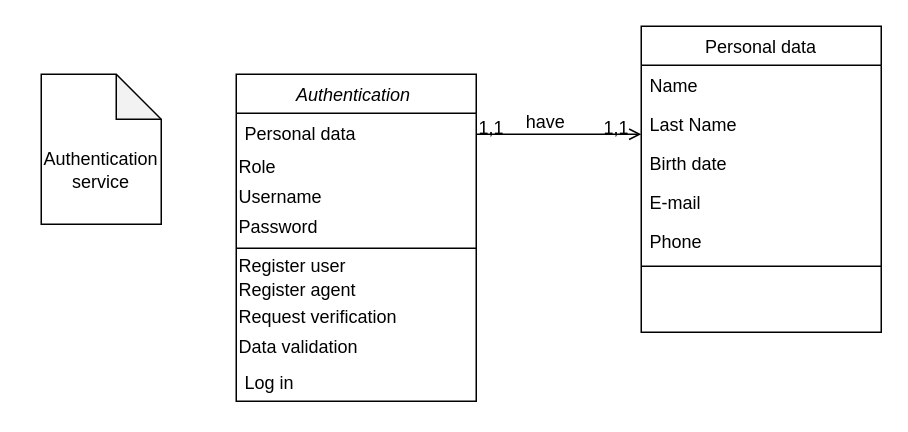
Earlier version of the draw.io diagram page "Authentication service" (1 of 10) of Dijagrami.drawio (andjelijaa/XML-projekat). Source tidied: cells renumbered, new cells numbered last; positions are measured from the earlier drawing's top-left corner, leaving out a move shared by most shapes. Both pictures are drawn from the tidied source at 150%, with x=0, y=0 at pixel (26, 26).
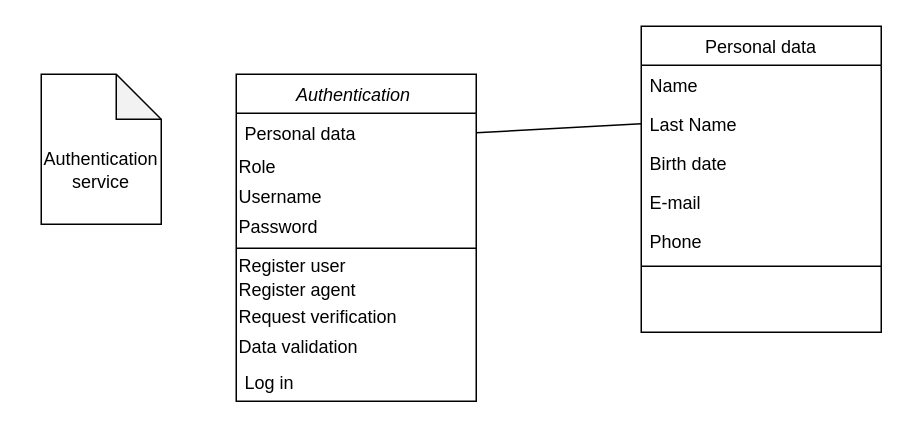
The same page after the edit.

The change refers to these unchanged cells:
```xml
<mxCell id="2" value="Authentication " style="swimlane;fontStyle=2;align=center;verticalAlign=top;horizontal=1;startSize=26;rounded=0;shadow=0;strokeWidth=1;" parent="1" vertex="1">
  <mxGeometry x="140" y="32" width="160" height="218" as="geometry" />
</mxCell>
<mxCell id="3" value="Personal data" style="text;align=left;verticalAlign=top;spacingLeft=4;spacingRight=4;overflow=hidden;points=[[0,0.5],[1,0.5]];portConstraint=eastwest;" parent="2" vertex="1">
  <mxGeometry y="26" width="160" height="26" as="geometry" />
</mxCell>
<mxCell id="13" value="Personal data" style="swimlane;fontStyle=0;align=center;verticalAlign=top;horizontal=1;startSize=26;rounded=0;shadow=0;strokeWidth=1;" parent="1" vertex="1">
  <mxGeometry x="410" width="160" height="204" as="geometry" />
</mxCell>
<mxCell id="15" value="Last Name" style="text;align=left;verticalAlign=top;spacingLeft=4;spacingRight=4;overflow=hidden;points=[[0,0.5],[1,0.5]];portConstraint=eastwest;rounded=0;shadow=0;html=0;" parent="13" vertex="1">
  <mxGeometry y="52" width="160" height="26" as="geometry" />
</mxCell>
```

Diff of the diagram source:
```diff
@@
-    <mxCell id="20" style="endArrow=open;shadow=0;strokeWidth=1;rounded=0;endFill=1;edgeStyle=elbowEdgeStyle;elbow=vertical;" parent="1" edge="1" source="2" target="13">
-      <mxGeometry x="0.5" y="41" relative="1" as="geometry">
-        <Array as="points">
-          <mxPoint x="370" y="72" />
-        </Array>
-        <mxPoint x="-40" y="32" as="offset" />
-      </mxGeometry>
-    </mxCell>
-    <mxCell id="21" value="1,1" style="align=left;verticalAlign=bottom;labelBackgroundColor=none;fontSize=12;" parent="20" vertex="1">
-      <mxGeometry x="-1" relative="1" as="geometry">
-        <mxPoint y="4" as="offset" />
-      </mxGeometry>
-    </mxCell>
-    <mxCell id="22" value="1,1" style="align=right;verticalAlign=bottom;labelBackgroundColor=none;fontSize=12;" parent="20" vertex="1">
-      <mxGeometry x="1" relative="1" as="geometry">
-        <mxPoint x="-7" y="4" as="offset" />
-      </mxGeometry>
-    </mxCell>
-    <mxCell id="23" value="have" style="text;html=1;align=center;verticalAlign=middle;labelBackgroundColor=none;rounded=0;shadow=0;strokeWidth=1;fontSize=12;" parent="20" vertex="1">
-      <mxGeometry x="0.5" y="49" relative="1" as="geometry">
-        <mxPoint x="-38" y="40" as="offset" />
-      </mxGeometry>
-    </mxCell>
@@
+    <mxCell id="26" style="endArrow=none;html=1;entryX=0;entryY=0.5;entryDx=0;entryDy=0;exitX=1;exitY=0.5;exitDx=0;exitDy=0;" parent="1" edge="1" source="3" target="15">
+      <mxGeometry relative="1" as="geometry" />
+    </mxCell>
```
